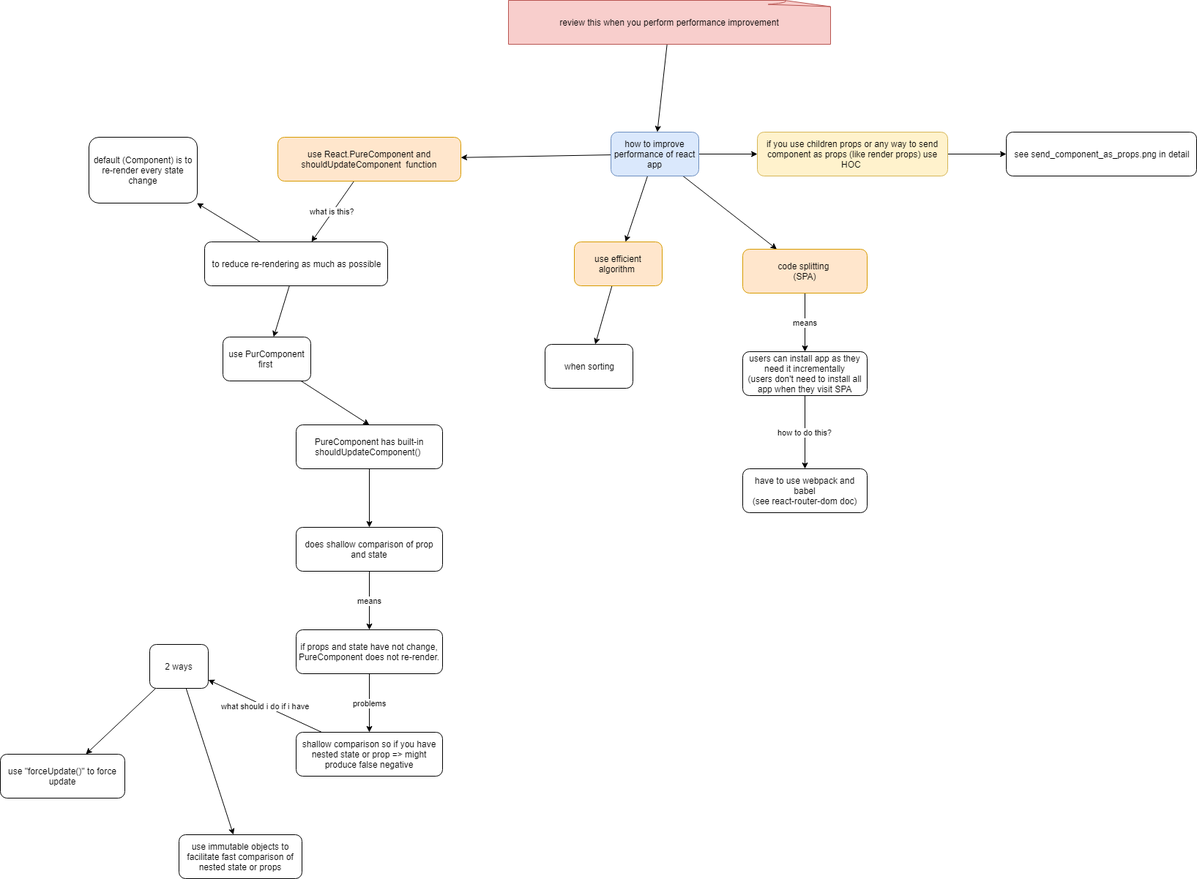
stsiwo/react_redux_concept keeps this draw.io diagram as react_performance.png. Above is the earlier version. Source tidied: cells renumbered, new cells last; positions are measured from the earlier drawing's top-left corner, leaving out a move shared by most shapes. The source it was exported from:
```xml
<mxGraphModel>
  <root>
    <mxCell id="0" />
    <mxCell id="1" parent="0" />
    <mxCell id="2" style="edgeStyle=none;rounded=0;html=1;jettySize=auto;" parent="1" edge="1" source="6" target="19">
      <mxGeometry relative="1" as="geometry" />
    </mxCell>
    <mxCell id="3" style="rounded=0;html=1;jettySize=auto;" parent="1" edge="1" source="6" target="16">
      <mxGeometry relative="1" as="geometry" />
    </mxCell>
    <mxCell id="4" style="edgeStyle=none;rounded=0;html=1;jettySize=auto;" parent="1" edge="1" source="6" target="11">
      <mxGeometry relative="1" as="geometry" />
    </mxCell>
    <mxCell id="5" style="edgeStyle=orthogonalEdgeStyle;rounded=0;html=1;jettySize=auto;" parent="1" edge="1" source="6" target="8">
      <mxGeometry relative="1" as="geometry" />
    </mxCell>
    <mxCell id="6" value="how to improve performance of react app" style="rounded=1;whiteSpace=wrap;html=1;fillColor=#dae8fc;strokeColor=#6c8ebf;" parent="1" vertex="1">
      <mxGeometry x="834" y="180" width="120" height="60" as="geometry" />
    </mxCell>
    <mxCell id="7" style="edgeStyle=orthogonalEdgeStyle;rounded=0;html=1;jettySize=auto;" parent="1" edge="1" source="8" target="9">
      <mxGeometry relative="1" as="geometry" />
    </mxCell>
    <mxCell id="8" value="if you use children props or any way to send component as props (like render props) use HOC&amp;nbsp;" style="rounded=1;whiteSpace=wrap;html=1;fillColor=#fff2cc;strokeColor=#d6b656;" parent="1" vertex="1">
      <mxGeometry x="1034" y="180" width="260" height="60" as="geometry" />
    </mxCell>
    <mxCell id="9" value="see send_component_as_props.png in detail" style="rounded=1;whiteSpace=wrap;html=1;fillColor=#ffffff;strokeColor=#000000;" parent="1" vertex="1">
      <mxGeometry x="1374" y="180" width="260" height="60" as="geometry" />
    </mxCell>
    <mxCell id="10" value="means" style="edgeStyle=none;rounded=0;html=1;jettySize=auto;" parent="1" edge="1" source="11" target="13">
      <mxGeometry relative="1" as="geometry" />
    </mxCell>
    <mxCell id="11" value="code splitting&amp;nbsp;&lt;br&gt;(SPA)&lt;br&gt;" style="rounded=1;whiteSpace=wrap;html=1;fillColor=#ffe6cc;strokeColor=#d79b00;" parent="1" vertex="1">
      <mxGeometry x="1014" y="340" width="170" height="60" as="geometry" />
    </mxCell>
    <mxCell id="12" value="how to do this?" style="edgeStyle=none;rounded=0;html=1;jettySize=auto;" parent="1" edge="1" source="13" target="14">
      <mxGeometry relative="1" as="geometry" />
    </mxCell>
    <mxCell id="13" value="users can install app as they need it incrementally&lt;br&gt;(users don't need to install all app when they visit SPA&lt;br&gt;" style="rounded=1;whiteSpace=wrap;html=1;fillColor=#ffffff;strokeColor=#000000;" parent="1" vertex="1">
      <mxGeometry x="1014" y="480" width="170" height="60" as="geometry" />
    </mxCell>
    <mxCell id="14" value="have to use webpack and babel&lt;br&gt;(see react-router-dom doc)&lt;br&gt;" style="rounded=1;whiteSpace=wrap;html=1;fillColor=#ffffff;strokeColor=#000000;" parent="1" vertex="1">
      <mxGeometry x="1014" y="640" width="170" height="60" as="geometry" />
    </mxCell>
    <mxCell id="15" style="edgeStyle=none;rounded=0;html=1;jettySize=auto;" parent="1" edge="1" source="16" target="17">
      <mxGeometry relative="1" as="geometry" />
    </mxCell>
    <mxCell id="16" value="use efficient algorithm&amp;nbsp;" style="rounded=1;whiteSpace=wrap;html=1;fillColor=#ffe6cc;strokeColor=#d79b00;" parent="1" vertex="1">
      <mxGeometry x="784" y="330" width="120" height="60" as="geometry" />
    </mxCell>
    <mxCell id="17" value="when sorting&lt;br&gt;" style="rounded=1;whiteSpace=wrap;html=1;fillColor=#ffffff;strokeColor=#000000;" parent="1" vertex="1">
      <mxGeometry x="744" y="470" width="120" height="60" as="geometry" />
    </mxCell>
    <mxCell id="18" value="what is this?" style="edgeStyle=none;rounded=0;html=1;jettySize=auto;" parent="1" edge="1" source="19" target="22">
      <mxGeometry relative="1" as="geometry" />
    </mxCell>
    <mxCell id="19" value="use React.PureComponent and shouldUpdateComponent&amp;nbsp; function" style="rounded=1;whiteSpace=wrap;html=1;fillColor=#ffe6cc;strokeColor=#d79b00;" parent="1" vertex="1">
      <mxGeometry x="379" y="187" width="250" height="60" as="geometry" />
    </mxCell>
    <mxCell id="20" style="edgeStyle=none;rounded=0;html=1;jettySize=auto;" parent="1" edge="1" source="22" target="24">
      <mxGeometry relative="1" as="geometry" />
    </mxCell>
    <mxCell id="21" style="edgeStyle=none;rounded=0;html=1;jettySize=auto;" parent="1" edge="1" source="22" target="41">
      <mxGeometry relative="1" as="geometry" />
    </mxCell>
    <mxCell id="22" value="to reduce re-rendering as much as possible" style="rounded=1;whiteSpace=wrap;html=1;" parent="1" vertex="1">
      <mxGeometry x="279" y="330" width="250" height="60" as="geometry" />
    </mxCell>
    <mxCell id="23" style="edgeStyle=none;rounded=0;html=1;jettySize=auto;entryX=0.5;entryY=0;entryDx=0;entryDy=0;" parent="1" edge="1" source="24" target="29">
      <mxGeometry relative="1" as="geometry" />
    </mxCell>
    <mxCell id="24" value="use PurComponent first&amp;nbsp;" style="rounded=1;whiteSpace=wrap;html=1;" parent="1" vertex="1">
      <mxGeometry x="304" y="460" width="120" height="60" as="geometry" />
    </mxCell>
    <mxCell id="25" style="edgeStyle=none;rounded=0;html=1;jettySize=auto;" parent="1" edge="1" source="26" target="6">
      <mxGeometry relative="1" as="geometry" />
    </mxCell>
    <mxCell id="26" value="review this when you perform performance improvement" style="whiteSpace=wrap;html=1;shape=mxgraph.basic.document;fillColor=#f8cecc;strokeColor=#b85450;" parent="1" vertex="1">
      <mxGeometry x="694" width="440" height="60" as="geometry" />
    </mxCell>
    <mxCell id="27" value="&amp;nbsp; &amp;nbsp; &amp;nbsp; &amp;nbsp; &amp;nbsp;" style="text;html=1;align=left;verticalAlign=top;spacingTop=-4;" parent="1" vertex="1">
      <mxGeometry x="145" y="207" width="50" height="20" as="geometry" />
    </mxCell>
    <mxCell id="28" style="edgeStyle=none;rounded=0;html=1;jettySize=auto;" parent="1" edge="1" source="29" target="31">
      <mxGeometry relative="1" as="geometry" />
    </mxCell>
    <mxCell id="29" value="PureComponent has built-in shouldUpdateComponent()&amp;nbsp;" style="rounded=1;whiteSpace=wrap;html=1;fillColor=#ffffff;strokeColor=#000000;" parent="1" vertex="1">
      <mxGeometry x="404" y="580" width="200" height="60" as="geometry" />
    </mxCell>
    <mxCell id="30" value="means" style="edgeStyle=none;rounded=0;html=1;jettySize=auto;" parent="1" edge="1" source="31" target="33">
      <mxGeometry relative="1" as="geometry" />
    </mxCell>
    <mxCell id="31" value="does shallow comparison of prop and state" style="rounded=1;whiteSpace=wrap;html=1;fillColor=#ffffff;strokeColor=#000000;" parent="1" vertex="1">
      <mxGeometry x="404" y="720" width="200" height="60" as="geometry" />
    </mxCell>
    <mxCell id="32" value="problems" style="edgeStyle=none;rounded=0;html=1;jettySize=auto;" parent="1" edge="1" source="33" target="35">
      <mxGeometry relative="1" as="geometry" />
    </mxCell>
    <mxCell id="33" value="if props and state have not change, PureComponent does not re-render." style="rounded=1;whiteSpace=wrap;html=1;fillColor=#ffffff;strokeColor=#000000;" parent="1" vertex="1">
      <mxGeometry x="404" y="860" width="200" height="60" as="geometry" />
    </mxCell>
    <mxCell id="34" value="what should i do if i have" style="edgeStyle=none;rounded=0;html=1;jettySize=auto;" parent="1" edge="1" source="35" target="38">
      <mxGeometry relative="1" as="geometry" />
    </mxCell>
    <mxCell id="35" value="shallow comparison so if you have nested state or prop =&amp;gt; might produce false negative" style="rounded=1;whiteSpace=wrap;html=1;fillColor=#ffffff;strokeColor=#000000;" parent="1" vertex="1">
      <mxGeometry x="404" y="1000" width="200" height="60" as="geometry" />
    </mxCell>
    <mxCell id="36" style="edgeStyle=none;rounded=0;html=1;jettySize=auto;" parent="1" edge="1" source="38" target="40">
      <mxGeometry relative="1" as="geometry" />
    </mxCell>
    <mxCell id="37" style="edgeStyle=none;rounded=0;html=1;jettySize=auto;" parent="1" edge="1" source="38" target="39">
      <mxGeometry relative="1" as="geometry" />
    </mxCell>
    <mxCell id="38" value="2 ways" style="rounded=1;whiteSpace=wrap;html=1;fillColor=#ffffff;strokeColor=#000000;" parent="1" vertex="1">
      <mxGeometry x="204" y="880" width="80" height="60" as="geometry" />
    </mxCell>
    <mxCell id="39" value="use immutable objects to facilitate fast comparison of nested state or props" style="rounded=1;whiteSpace=wrap;html=1;fillColor=#ffffff;strokeColor=#000000;" parent="1" vertex="1">
      <mxGeometry x="244" y="1140" width="168" height="60" as="geometry" />
    </mxCell>
    <mxCell id="40" value="use &quot;forceUpdate()&quot; to force update" style="rounded=1;whiteSpace=wrap;html=1;fillColor=#ffffff;strokeColor=#000000;" parent="1" vertex="1">
      <mxGeometry y="1030" width="170" height="60" as="geometry" />
    </mxCell>
    <mxCell id="41" value="default (Component) is to re-render every state change" style="rounded=1;whiteSpace=wrap;html=1;" parent="1" vertex="1">
      <mxGeometry x="121" y="187" width="148" height="90" as="geometry" />
    </mxCell>
  </root>
</mxGraphModel>
```
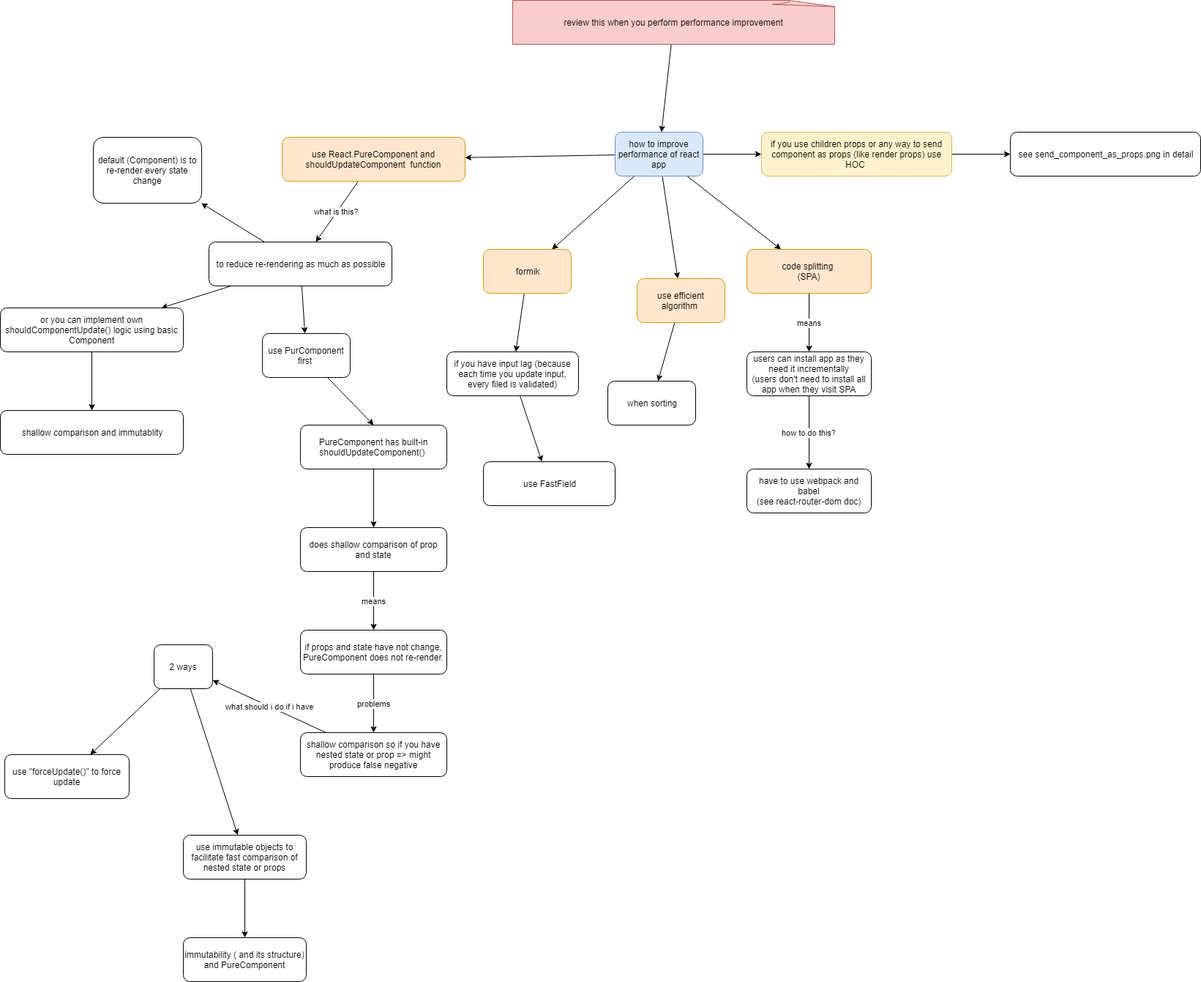
After the commit.

Diff of the diagram source:
```diff
@@ -14,6 +14,9 @@
     <mxCell id="5" style="edgeStyle=orthogonalEdgeStyle;rounded=0;html=1;jettySize=auto;" parent="1" edge="1" source="6" target="8">
       <mxGeometry relative="1" as="geometry" />
     </mxCell>
+    <mxCell id="42" style="edgeStyle=none;rounded=0;html=1;jettySize=auto;" parent="1" edge="1" source="6" target="50">
+      <mxGeometry relative="1" as="geometry" />
+    </mxCell>
     <mxCell id="6" value="how to improve performance of react app" style="rounded=1;whiteSpace=wrap;html=1;fillColor=#dae8fc;strokeColor=#6c8ebf;" parent="1" vertex="1">
       <mxGeometry x="834" y="180" width="120" height="60" as="geometry" />
     </mxCell>
@@ -45,10 +48,10 @@
       <mxGeometry relative="1" as="geometry" />
     </mxCell>
     <mxCell id="16" value="use efficient algorithm&amp;nbsp;" style="rounded=1;whiteSpace=wrap;html=1;fillColor=#ffe6cc;strokeColor=#d79b00;" parent="1" vertex="1">
-      <mxGeometry x="784" y="330" width="120" height="60" as="geometry" />
+      <mxGeometry x="864" y="380" width="120" height="60" as="geometry" />
     </mxCell>
     <mxCell id="17" value="when sorting&lt;br&gt;" style="rounded=1;whiteSpace=wrap;html=1;fillColor=#ffffff;strokeColor=#000000;" parent="1" vertex="1">
-      <mxGeometry x="744" y="470" width="120" height="60" as="geometry" />
+      <mxGeometry x="824" y="520" width="120" height="60" as="geometry" />
     </mxCell>
     <mxCell id="18" value="what is this?" style="edgeStyle=none;rounded=0;html=1;jettySize=auto;" parent="1" edge="1" source="19" target="22">
       <mxGeometry relative="1" as="geometry" />
@@ -62,14 +65,26 @@
     <mxCell id="21" style="edgeStyle=none;rounded=0;html=1;jettySize=auto;" parent="1" edge="1" source="22" target="41">
       <mxGeometry relative="1" as="geometry" />
     </mxCell>
+    <mxCell id="43" style="edgeStyle=none;rounded=0;html=1;jettySize=auto;" parent="1" edge="1" source="22" target="45">
+      <mxGeometry relative="1" as="geometry" />
+    </mxCell>
     <mxCell id="22" value="to reduce re-rendering as much as possible" style="rounded=1;whiteSpace=wrap;html=1;" parent="1" vertex="1">
       <mxGeometry x="279" y="330" width="250" height="60" as="geometry" />
     </mxCell>
+    <mxCell id="44" style="edgeStyle=none;rounded=0;html=1;jettySize=auto;" parent="1" edge="1" source="45" target="46">
+      <mxGeometry relative="1" as="geometry" />
+    </mxCell>
+    <mxCell id="45" value="or you can implement own shouldComponentUpdate() logic using basic Component" style="rounded=1;whiteSpace=wrap;html=1;" parent="1" vertex="1">
+      <mxGeometry x="-6" y="420" width="250" height="60" as="geometry" />
+    </mxCell>
+    <mxCell id="46" value="shallow comparison and immutablity" style="rounded=1;whiteSpace=wrap;html=1;" parent="1" vertex="1">
+      <mxGeometry x="-6" y="560" width="250" height="60" as="geometry" />
+    </mxCell>
     <mxCell id="23" style="edgeStyle=none;rounded=0;html=1;jettySize=auto;entryX=0.5;entryY=0;entryDx=0;entryDy=0;" parent="1" edge="1" source="24" target="29">
       <mxGeometry relative="1" as="geometry" />
     </mxCell>
     <mxCell id="24" value="use PurComponent first&amp;nbsp;" style="rounded=1;whiteSpace=wrap;html=1;" parent="1" vertex="1">
-      <mxGeometry x="304" y="460" width="120" height="60" as="geometry" />
+      <mxGeometry x="352" y="455" width="120" height="60" as="geometry" />
     </mxCell>
     <mxCell id="25" style="edgeStyle=none;rounded=0;html=1;jettySize=auto;" parent="1" edge="1" source="26" target="6">
       <mxGeometry relative="1" as="geometry" />
@@ -113,14 +128,35 @@
     <mxCell id="38" value="2 ways" style="rounded=1;whiteSpace=wrap;html=1;fillColor=#ffffff;strokeColor=#000000;" parent="1" vertex="1">
       <mxGeometry x="204" y="880" width="80" height="60" as="geometry" />
     </mxCell>
+    <mxCell id="47" style="edgeStyle=none;rounded=0;html=1;jettySize=auto;" parent="1" edge="1" source="39" target="48">
+      <mxGeometry relative="1" as="geometry" />
+    </mxCell>
     <mxCell id="39" value="use immutable objects to facilitate fast comparison of nested state or props" style="rounded=1;whiteSpace=wrap;html=1;fillColor=#ffffff;strokeColor=#000000;" parent="1" vertex="1">
       <mxGeometry x="244" y="1140" width="168" height="60" as="geometry" />
     </mxCell>
+    <mxCell id="48" value="immutability ( and its structure) and PureComponent" style="rounded=1;whiteSpace=wrap;html=1;fillColor=#ffffff;strokeColor=#000000;" parent="1" vertex="1">
+      <mxGeometry x="244" y="1280" width="168" height="60" as="geometry" />
+    </mxCell>
     <mxCell id="40" value="use &quot;forceUpdate()&quot; to force update" style="rounded=1;whiteSpace=wrap;html=1;fillColor=#ffffff;strokeColor=#000000;" parent="1" vertex="1">
       <mxGeometry y="1030" width="170" height="60" as="geometry" />
     </mxCell>
     <mxCell id="41" value="default (Component) is to re-render every state change" style="rounded=1;whiteSpace=wrap;html=1;" parent="1" vertex="1">
       <mxGeometry x="121" y="187" width="148" height="90" as="geometry" />
     </mxCell>
+    <mxCell id="49" style="edgeStyle=none;rounded=0;html=1;jettySize=auto;" parent="1" edge="1" source="50" target="52">
+      <mxGeometry relative="1" as="geometry" />
+    </mxCell>
+    <mxCell id="50" value="formik" style="rounded=1;whiteSpace=wrap;html=1;fillColor=#ffe6cc;strokeColor=#d79b00;" parent="1" vertex="1">
+      <mxGeometry x="654" y="340" width="120" height="60" as="geometry" />
+    </mxCell>
+    <mxCell id="51" style="edgeStyle=none;rounded=0;html=1;jettySize=auto;" parent="1" edge="1" source="52" target="53">
+      <mxGeometry relative="1" as="geometry" />
+    </mxCell>
+    <mxCell id="52" value="if you have input lag (because each time you update input, every filed is validated)" style="rounded=1;whiteSpace=wrap;html=1;fillColor=#ffffff;strokeColor=#000000;" parent="1" vertex="1">
+      <mxGeometry x="604" y="480" width="180" height="60" as="geometry" />
+    </mxCell>
+    <mxCell id="53" value="use FastField" style="rounded=1;whiteSpace=wrap;html=1;fillColor=#ffffff;strokeColor=#000000;" parent="1" vertex="1">
+      <mxGeometry x="654" y="630" width="180" height="60" as="geometry" />
+    </mxCell>
   </root>
 </mxGraphModel>
```
